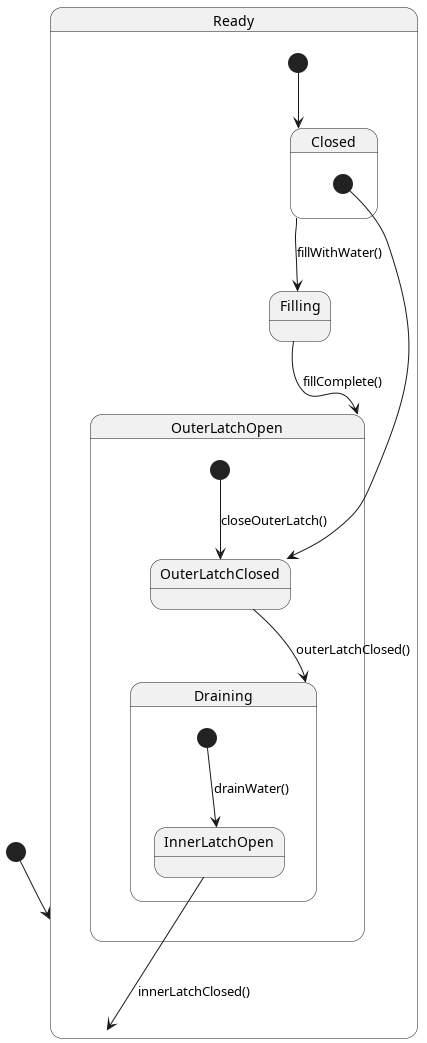
Before: class-activity/state_diagram.png, a diagram exported from PlantUML (PraneethJain/DASS). The source it was exported from:
```plantuml
@startuml

[*] --> Ready

state Ready {
    [*] --> Closed
    Closed --> Filling : fillWithWater()
    Filling --> OuterLatchOpen : fillComplete()
}

state OuterLatchOpen {
    [*] --> OuterLatchClosed : closeOuterLatch()
    OuterLatchClosed --> Draining : outerLatchClosed()
}

state Draining {
    [*] --> InnerLatchOpen : drainWater()
    InnerLatchOpen --> Ready : innerLatchClosed()
}

state Closed {
    [*] --> OuterLatchClosed
}

@enduml
```
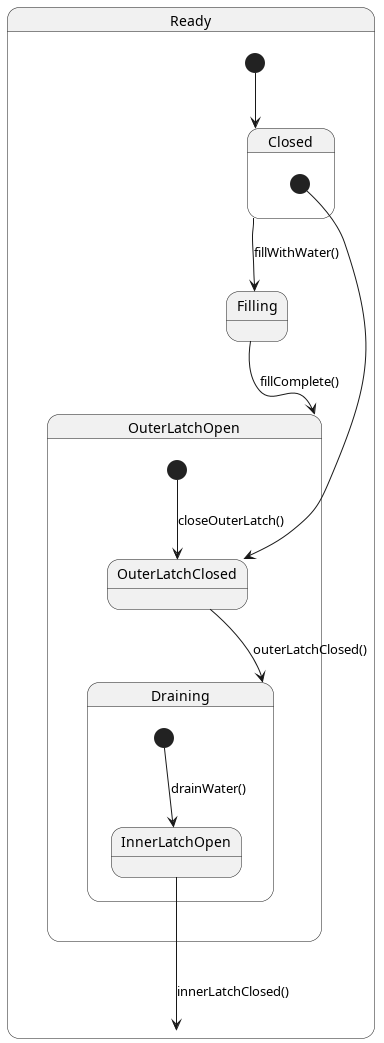
After the change.

Commit message:
fix: remove incoming arrow

Change to the diagram source:
```diff
@@ -1,6 +1,4 @@
 @startuml
-
-[*] --> Ready
 
 state Ready {
     [*] --> Closed
```
